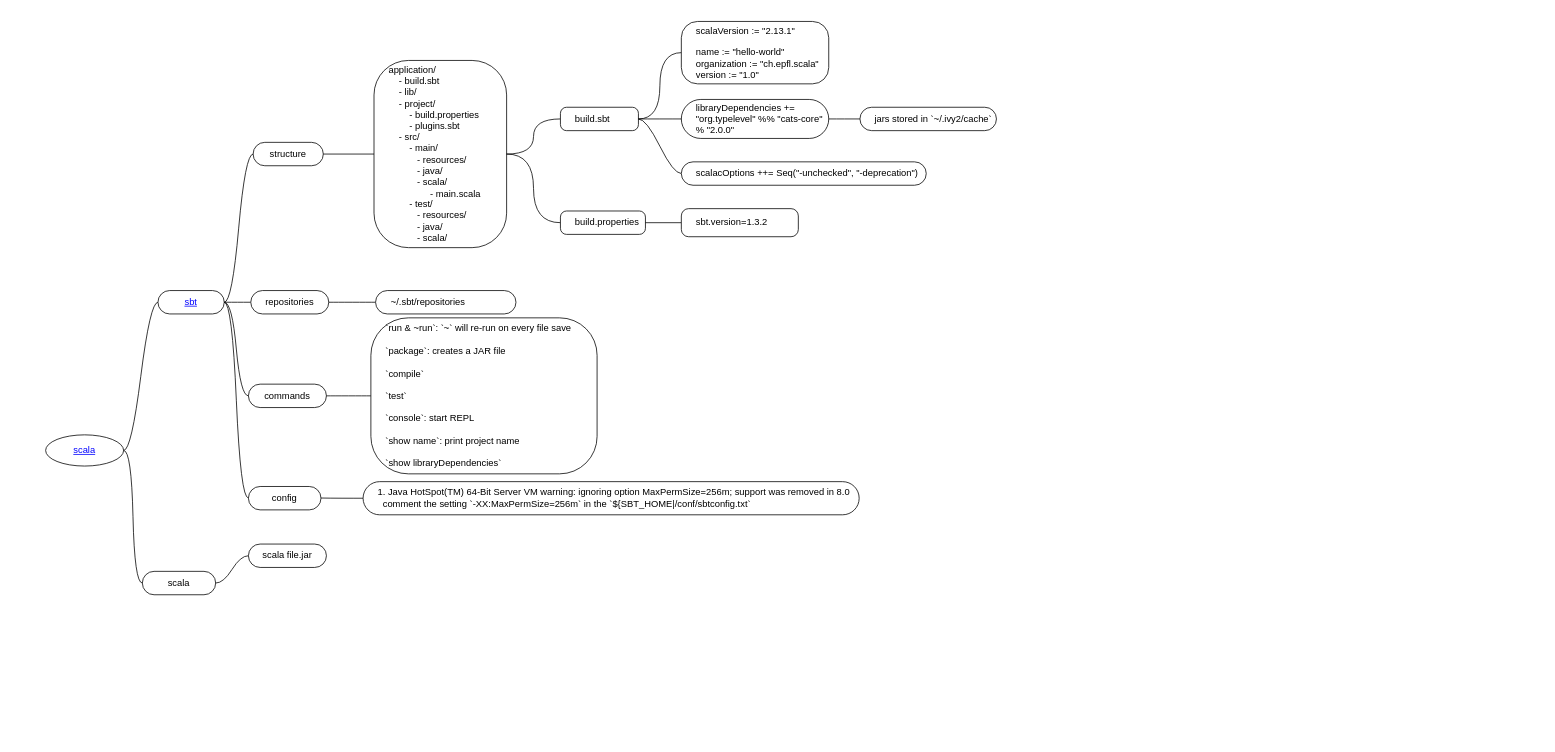
Earlier version of the draw.io diagram page "scala" (1 of 3) of scala/scala.drawio (yangdj/tf_docs). Source tidied: cells renumbered, new cells numbered last; positions are measured from the earlier drawing's top-left corner, leaving out a move shared by most shapes. Both pictures are drawn from the tidied source at 78%, with x=0, y=0 at pixel (13, 13).
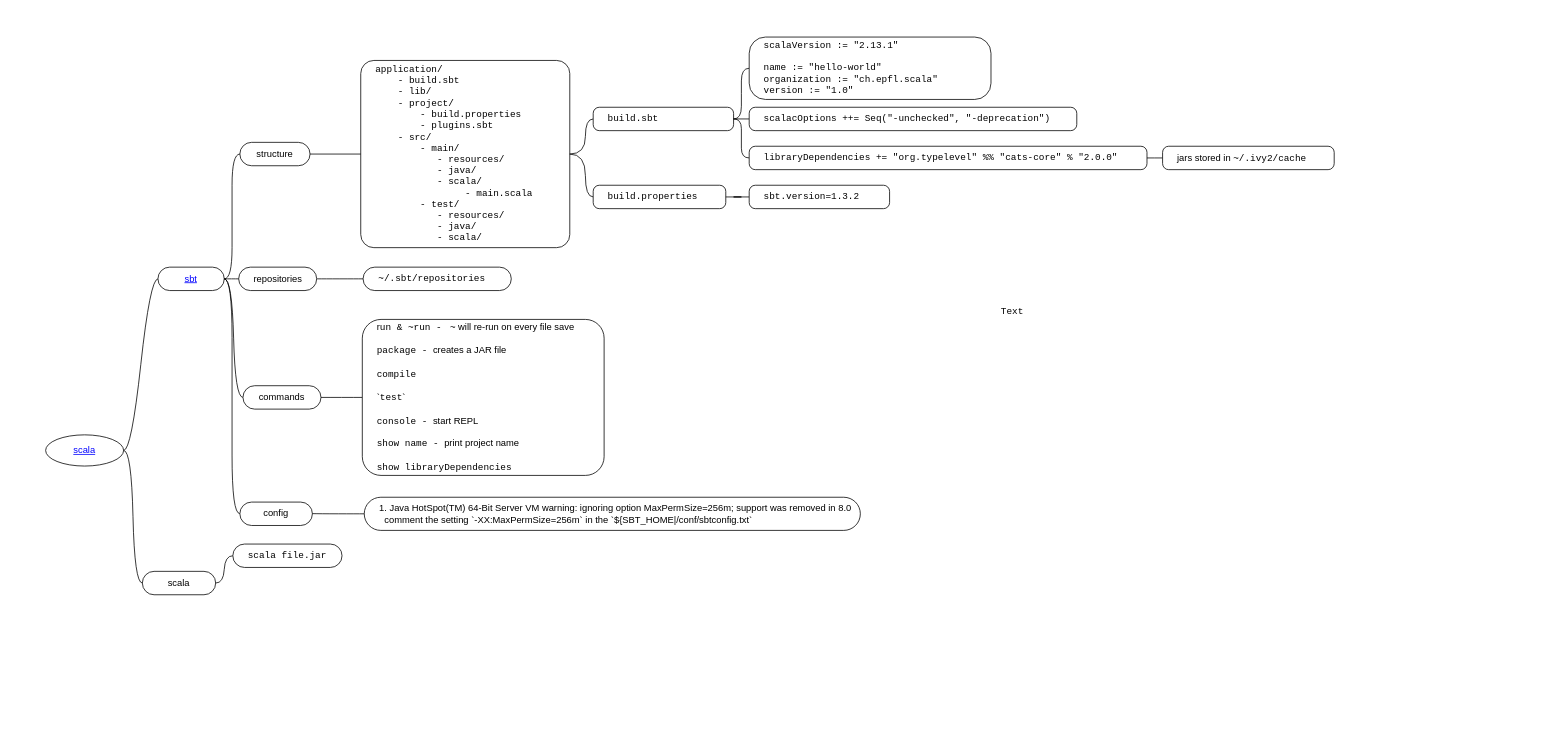
The same page after the edit.

The edit, as a diff of the source:
```diff
@@
     <mxCell id="2" style="swimlane;html=1;startSize=20;horizontal=1;containerType=tree;fillColor=none;strokeColor=none;spacingLeft=15;fixDash=0;backgroundOutline=0;rounded=1;align=left;verticalAlign=middle;" parent="1" vertex="1">
-      <mxGeometry width="1295" height="930" as="geometry" />
+      <mxGeometry width="1960" height="930" as="geometry" />
     </mxCell>
@@
     <mxCell id="5" value="sbt" style="whiteSpace=wrap;html=1;rounded=1;arcSize=50;align=center;verticalAlign=middle;strokeWidth=1;spacing=4;snapToPoint=1;fixDash=0;backgroundOutline=0;fontStyle=4;fontColor=#0000FF;" parent="2" vertex="1">
-      <mxGeometry x="185" y="355" width="85" height="30" as="geometry" />
+      <mxGeometry x="185" y="325" width="85" height="30" as="geometry" />
     </mxCell>
@@
     <mxCell id="7" value="repositories" style="whiteSpace=wrap;html=1;rounded=1;arcSize=50;align=center;verticalAlign=middle;strokeWidth=1;spacing=4;snapToPoint=1;fixDash=0;backgroundOutline=0;" parent="2" vertex="1">
-      <mxGeometry x="304" y="355" width="100" height="30" as="geometry" />
+      <mxGeometry x="288.5" y="325" width="100" height="30" as="geometry" />
     </mxCell>
@@
-    <mxCell id="9" value="~/.sbt/repositories" style="whiteSpace=wrap;html=1;rounded=1;arcSize=50;align=left;verticalAlign=middle;strokeWidth=1;spacing=4;spacingLeft=16;snapToPoint=1;fixDash=0;backgroundOutline=0;" parent="2" vertex="1">
-      <mxGeometry x="464" y="355" width="180" height="30" as="geometry" />
+    <mxCell id="9" value="~/.sbt/repositories" style="whiteSpace=wrap;html=1;rounded=1;arcSize=50;align=left;verticalAlign=middle;strokeWidth=1;spacing=4;spacingLeft=16;snapToPoint=1;fixDash=0;backgroundOutline=0;fontFamily=Courier New;fontStyle=0;" parent="2" vertex="1">
+      <mxGeometry x="448" y="325" width="190" height="30" as="geometry" />
     </mxCell>
@@
-    <mxCell id="13" value="scala file.jar" style="whiteSpace=wrap;html=1;rounded=1;arcSize=50;align=center;verticalAlign=middle;strokeWidth=1;spacing=4;snapToPoint=1;fixDash=0;backgroundOutline=0;" parent="2" vertex="1">
-      <mxGeometry x="301" y="680" width="100" height="30" as="geometry" />
+    <mxCell id="13" value="scala file.jar" style="whiteSpace=wrap;html=1;rounded=1;arcSize=50;align=center;verticalAlign=middle;strokeWidth=1;spacing=4;snapToPoint=1;fixDash=0;backgroundOutline=0;fontFamily=Courier New;" parent="2" vertex="1">
+      <mxGeometry x="281" y="680" width="140" height="30" as="geometry" />
     </mxCell>
     <mxCell id="14" value="structure" style="whiteSpace=wrap;html=1;rounded=1;arcSize=50;align=center;verticalAlign=middle;strokeWidth=1;spacing=4;snapToPoint=1;fixDash=0;backgroundOutline=0;" parent="2" vertex="1">
-      <mxGeometry x="307" y="165" width="90" height="30" as="geometry" />
+      <mxGeometry x="290" y="165" width="90" height="30" as="geometry" />
     </mxCell>
@@
-    <mxCell id="16" value="application/&lt;br&gt;&amp;nbsp; &amp;nbsp; - build.sbt&lt;br&gt;&amp;nbsp; &amp;nbsp; - lib/&lt;br&gt;&amp;nbsp; &amp;nbsp; - project/&lt;br&gt;&amp;nbsp; &amp;nbsp; &amp;nbsp; &amp;nbsp; - build.properties&lt;br&gt;&amp;nbsp; &amp;nbsp; &amp;nbsp; &amp;nbsp; - plugins.sbt&lt;br&gt;&amp;nbsp; &amp;nbsp; - src/&lt;br&gt;&amp;nbsp; &amp;nbsp; &amp;nbsp; &amp;nbsp; - main/&lt;br&gt;&amp;nbsp; &amp;nbsp; &amp;nbsp; &amp;nbsp; &amp;nbsp; &amp;nbsp;- resources/&lt;br&gt;&amp;nbsp; &amp;nbsp; &amp;nbsp; &amp;nbsp; &amp;nbsp; &amp;nbsp;- java/&lt;br&gt;&amp;nbsp; &amp;nbsp; &amp;nbsp; &amp;nbsp; &amp;nbsp; &amp;nbsp;- scala/&lt;br&gt;&amp;nbsp; &amp;nbsp; &amp;nbsp; &amp;nbsp; &amp;nbsp; &amp;nbsp; &amp;nbsp; &amp;nbsp; - main.scala&lt;br&gt;&amp;nbsp; &amp;nbsp; &amp;nbsp; &amp;nbsp; - test/&lt;br&gt;&amp;nbsp; &amp;nbsp; &amp;nbsp; &amp;nbsp; &amp;nbsp; &amp;nbsp;- resources/&lt;br&gt;&amp;nbsp; &amp;nbsp; &amp;nbsp; &amp;nbsp; &amp;nbsp; &amp;nbsp;- java/&lt;br&gt;&amp;nbsp; &amp;nbsp; &amp;nbsp; &amp;nbsp; &amp;nbsp; &amp;nbsp;- scala/" style="whiteSpace=wrap;html=1;rounded=1;arcSize=26;align=left;verticalAlign=middle;strokeWidth=1;spacing=4;snapToPoint=1;fixDash=0;backgroundOutline=0;spacingLeft=15;glass=0;comic=0;shadow=0;" parent="2" vertex="1">
-      <mxGeometry x="462" y="60" width="170" height="240" as="geometry" />
+    <mxCell id="16" value="application/&lt;br&gt;&amp;nbsp; &amp;nbsp; - build.sbt&lt;br&gt;&amp;nbsp; &amp;nbsp; - lib/&lt;br&gt;&amp;nbsp; &amp;nbsp; - project/&lt;br&gt;&amp;nbsp; &amp;nbsp; &amp;nbsp; &amp;nbsp; - build.properties&lt;br&gt;&amp;nbsp; &amp;nbsp; &amp;nbsp; &amp;nbsp; - plugins.sbt&lt;br&gt;&amp;nbsp; &amp;nbsp; - src/&lt;br&gt;&amp;nbsp; &amp;nbsp; &amp;nbsp; &amp;nbsp; - main/&lt;br&gt;&amp;nbsp; &amp;nbsp; &amp;nbsp; &amp;nbsp; &amp;nbsp; &amp;nbsp;- resources/&lt;br&gt;&amp;nbsp; &amp;nbsp; &amp;nbsp; &amp;nbsp; &amp;nbsp; &amp;nbsp;- java/&lt;br&gt;&amp;nbsp; &amp;nbsp; &amp;nbsp; &amp;nbsp; &amp;nbsp; &amp;nbsp;- scala/&lt;br&gt;&amp;nbsp; &amp;nbsp; &amp;nbsp; &amp;nbsp; &amp;nbsp; &amp;nbsp; &amp;nbsp; &amp;nbsp; - main.scala&lt;br&gt;&amp;nbsp; &amp;nbsp; &amp;nbsp; &amp;nbsp; - test/&lt;br&gt;&amp;nbsp; &amp;nbsp; &amp;nbsp; &amp;nbsp; &amp;nbsp; &amp;nbsp;- resources/&lt;br&gt;&amp;nbsp; &amp;nbsp; &amp;nbsp; &amp;nbsp; &amp;nbsp; &amp;nbsp;- java/&lt;br&gt;&amp;nbsp; &amp;nbsp; &amp;nbsp; &amp;nbsp; &amp;nbsp; &amp;nbsp;- scala/" style="whiteSpace=wrap;html=1;rounded=1;arcSize=7;align=left;verticalAlign=middle;strokeWidth=1;spacing=4;snapToPoint=1;fixDash=0;backgroundOutline=0;spacingLeft=15;glass=0;comic=0;shadow=0;fontFamily=Courier New;" parent="2" vertex="1">
+      <mxGeometry x="445" y="60" width="268" height="240" as="geometry" />
     </mxCell>
@@
     <mxCell id="19" value="commands" style="whiteSpace=wrap;html=1;rounded=1;arcSize=50;align=center;verticalAlign=middle;strokeWidth=1;spacing=4;snapToPoint=1;fixDash=0;backgroundOutline=0;" parent="2" vertex="1">
-      <mxGeometry x="301" y="475" width="100" height="30" as="geometry" />
+      <mxGeometry x="294" y="477" width="100" height="30" as="geometry" />
     </mxCell>
@@
-    <mxCell id="21" value="`run &amp;amp; ~run`: `~` will re-run on every file save&lt;br&gt;&lt;br&gt;`package`: creates a JAR file&lt;br&gt;&lt;br&gt;`compile`&lt;br&gt;&lt;br&gt;`test`&lt;br&gt;&lt;br&gt;`console`: start REPL&lt;br&gt;&lt;br&gt;`show name`: print project name&lt;br&gt;&lt;br&gt;`show libraryDependencies`" style="whiteSpace=wrap;html=1;rounded=1;arcSize=24;align=left;verticalAlign=middle;strokeWidth=1;spacing=4;snapToPoint=1;fixDash=0;backgroundOutline=0;spacingLeft=15;" parent="2" vertex="1">
-      <mxGeometry x="458" y="390" width="290" height="200" as="geometry" />
+    <mxCell id="21" value="r&lt;font face=&quot;Courier New&quot;&gt;un &amp;amp; ~run -&amp;nbsp;&lt;/font&gt;&amp;nbsp;&lt;font face=&quot;Courier New&quot;&gt;~&lt;/font&gt; will re-run on every file save&lt;br&gt;&lt;br&gt;&lt;font face=&quot;Courier New&quot;&gt;package -&amp;nbsp;&lt;/font&gt;creates a JAR file&lt;br&gt;&lt;br&gt;&lt;font face=&quot;Courier New&quot;&gt;compile&lt;/font&gt;&lt;br&gt;&lt;br&gt;`&lt;font face=&quot;Courier New&quot;&gt;test&lt;/font&gt;`&lt;br&gt;&lt;br&gt;&lt;font face=&quot;Courier New&quot;&gt;console -&amp;nbsp;&lt;/font&gt;start REPL&lt;br&gt;&lt;br&gt;&lt;font face=&quot;Courier New&quot;&gt;show name -&amp;nbsp;&lt;/font&gt;print project name&lt;br&gt;&lt;br&gt;&lt;font face=&quot;Courier New&quot;&gt;show libraryDependencies&lt;/font&gt;" style="whiteSpace=wrap;html=1;rounded=1;arcSize=12;align=left;verticalAlign=middle;strokeWidth=1;spacing=4;snapToPoint=1;fixDash=0;backgroundOutline=0;spacingLeft=15;" parent="2" vertex="1">
+      <mxGeometry x="447" y="392" width="310" height="200" as="geometry" />
     </mxCell>
@@
     <mxCell id="23" value="config" style="whiteSpace=wrap;html=1;rounded=1;arcSize=50;align=center;verticalAlign=middle;strokeWidth=1;spacing=4;snapToPoint=1;fixDash=0;backgroundOutline=0;" parent="2" vertex="1">
-      <mxGeometry x="301" y="606.2" width="93" height="30" as="geometry" />
+      <mxGeometry x="290" y="626.2" width="93" height="30" as="geometry" />
     </mxCell>
@@
     <mxCell id="25" value="1. Java HotSpot(TM) 64-Bit Server VM warning: ignoring option MaxPermSize=256m; support was removed in 8.0&lt;br&gt;&amp;nbsp; comment the setting `-XX:MaxPermSize=256m` in the `${SBT_HOME|/conf/sbtconfig.txt`" style="whiteSpace=wrap;html=1;rounded=1;arcSize=50;align=left;verticalAlign=middle;strokeWidth=1;spacing=4;snapToPoint=1;fixDash=0;backgroundOutline=0;spacingLeft=15;" parent="2" vertex="1">
-      <mxGeometry x="448" y="600" width="636" height="42.5" as="geometry" />
+      <mxGeometry x="449.5" y="620" width="636" height="42.5" as="geometry" />
     </mxCell>
@@
-    <mxCell id="27" value="build.properties" style="whiteSpace=wrap;html=1;rounded=1;arcSize=26;align=left;verticalAlign=middle;strokeWidth=1;spacing=4;snapToPoint=1;fixDash=0;backgroundOutline=0;spacingLeft=15;glass=0;comic=0;shadow=0;" parent="2" vertex="1">
-      <mxGeometry x="701" y="253" width="109" height="30" as="geometry" />
+    <mxCell id="27" value="build.properties" style="whiteSpace=wrap;html=1;rounded=1;arcSize=26;align=left;verticalAlign=middle;strokeWidth=1;spacing=4;snapToPoint=1;fixDash=0;backgroundOutline=0;spacingLeft=15;glass=0;comic=0;shadow=0;fontFamily=Courier New;" parent="2" vertex="1">
+      <mxGeometry x="743" y="220" width="170" height="30" as="geometry" />
     </mxCell>
@@
-    <mxCell id="29" value="sbt.version=1.3.2" style="whiteSpace=wrap;html=1;rounded=1;arcSize=26;align=left;verticalAlign=middle;strokeWidth=1;spacing=4;snapToPoint=1;fixDash=0;backgroundOutline=0;spacingLeft=15;glass=0;comic=0;shadow=0;" parent="2" vertex="1">
-      <mxGeometry x="856" y="250" width="150" height="36" as="geometry" />
+    <mxCell id="29" value="sbt.version=1.3.2" style="whiteSpace=wrap;html=1;rounded=1;arcSize=26;align=left;verticalAlign=middle;strokeWidth=1;spacing=4;snapToPoint=1;fixDash=0;backgroundOutline=0;spacingLeft=15;glass=0;comic=0;shadow=0;fontFamily=Courier New;" parent="2" vertex="1">
+      <mxGeometry x="943" y="220" width="180" height="30" as="geometry" />
     </mxCell>
@@
-    <mxCell id="31" value="&lt;span style=&quot;text-align: center&quot;&gt;build.sbt&lt;/span&gt;" style="whiteSpace=wrap;html=1;rounded=1;arcSize=26;align=left;verticalAlign=middle;strokeWidth=1;spacing=4;snapToPoint=1;fixDash=0;backgroundOutline=0;spacingLeft=15;glass=0;comic=0;shadow=0;" parent="2" vertex="1">
-      <mxGeometry x="701" y="120" width="100" height="30" as="geometry" />
+    <mxCell id="31" value="&lt;span style=&quot;text-align: center&quot;&gt;build.sbt&lt;/span&gt;" style="whiteSpace=wrap;html=1;rounded=1;arcSize=26;align=left;verticalAlign=middle;strokeWidth=1;spacing=4;snapToPoint=1;fixDash=0;backgroundOutline=0;spacingLeft=15;glass=0;comic=0;shadow=0;fontFamily=Courier New;" parent="2" vertex="1">
+      <mxGeometry x="743" y="120" width="180" height="30" as="geometry" />
     </mxCell>
-    <mxCell id="32" value="libraryDependencies += &quot;org.typelevel&quot; %% &quot;cats-core&quot; % &quot;2.0.0&quot;" style="whiteSpace=wrap;html=1;rounded=1;arcSize=50;align=left;verticalAlign=middle;strokeWidth=1;spacing=4;spacingLeft=15;snapToPoint=1;fixDash=0;backgroundOutline=0;overflow=visible;" parent="2" vertex="1" collapsed="1">
-      <mxGeometry x="856" y="110" width="189" height="50" as="geometry" />
-    </mxCell>
-    <mxCell id="33" style="edgeStyle=entityRelationEdgeStyle;startArrow=none;endArrow=none;segment=10;curved=1;snapToPoint=1;fixDash=0;backgroundOutline=0;exitX=1;exitY=0.5;exitDx=0;exitDy=0;" parent="2" edge="1" source="31" target="32">
-      <mxGeometry relative="1" as="geometry" />
-    </mxCell>
-    <mxCell id="34" style="edgeStyle=orthogonalEdgeStyle;rounded=0;jettySize=auto;html=1;endArrow=none;endFill=0;curved=1;entryX=0;entryY=0.5;entryDx=0;entryDy=0;" parent="2" edge="1" source="31" target="35">
+    <mxCell id="34" style="edgeStyle=entityRelationEdgeStyle;startArrow=none;endArrow=none;segment=10;curved=1;snapToPoint=1;fixDash=0;backgroundOutline=0;exitX=1;exitY=0.5;exitDx=0;exitDy=0;" parent="2" edge="1" source="31" target="35">
       <mxGeometry relative="1" as="geometry" />
     </mxCell>
-    <mxCell id="35" value="scalaVersion := &quot;2.13.1&quot;&lt;br&gt;&lt;br&gt;name := &quot;hello-world&quot;&lt;br&gt;organization := &quot;ch.epfl.scala&quot;&lt;br&gt;version := &quot;1.0&quot;" style="whiteSpace=wrap;html=1;rounded=1;arcSize=26;align=left;verticalAlign=middle;strokeWidth=1;spacing=4;snapToPoint=1;fixDash=0;backgroundOutline=0;spacingLeft=15;glass=0;comic=0;shadow=0;" parent="2" vertex="1">
-      <mxGeometry x="856" y="10" width="189" height="80" as="geometry" />
+    <mxCell id="35" value="scalaVersion := &quot;2.13.1&quot;&lt;br&gt;&lt;br&gt;name := &quot;hello-world&quot;&lt;br&gt;organization := &quot;ch.epfl.scala&quot;&lt;br&gt;version := &quot;1.0&quot;" style="whiteSpace=wrap;html=1;rounded=1;arcSize=26;align=left;verticalAlign=middle;strokeWidth=1;spacing=4;spacingLeft=15;snapToPoint=1;fixDash=0;backgroundOutline=0;overflow=visible;fontFamily=Courier New;" parent="2" vertex="1" collapsed="1">
+      <mxGeometry x="943" y="30" width="310" height="80" as="geometry" />
     </mxCell>
@@
-    <mxCell id="37" value="scalacOptions ++= Seq(&quot;-unchecked&quot;, &quot;-deprecation&quot;)" style="whiteSpace=wrap;html=1;rounded=1;arcSize=50;align=left;verticalAlign=middle;strokeWidth=1;spacing=4;spacingLeft=15;snapToPoint=1;fixDash=0;backgroundOutline=0;overflow=visible;" parent="2" vertex="1" collapsed="1">
-      <mxGeometry x="856" y="190" width="314" height="30" as="geometry" />
+    <mxCell id="37" value="scalacOptions ++= Seq(&quot;-unchecked&quot;, &quot;-deprecation&quot;)" style="whiteSpace=wrap;html=1;rounded=1;arcSize=26;align=left;verticalAlign=middle;strokeWidth=1;spacing=4;spacingLeft=15;snapToPoint=1;fixDash=0;backgroundOutline=0;overflow=visible;fontFamily=Courier New;" parent="2" vertex="1" collapsed="1">
+      <mxGeometry x="943" y="120" width="420" height="30" as="geometry" />
     </mxCell>
-    <mxCell id="38" style="edgeStyle=entityRelationEdgeStyle;startArrow=none;endArrow=none;segment=10;curved=1;snapToPoint=1;fixDash=0;backgroundOutline=0;exitX=1;exitY=0.5;exitDx=0;exitDy=0;" parent="2" edge="1" source="32" target="39">
-      <mxGeometry relative="1" as="geometry" />
-    </mxCell>
-    <mxCell id="39" value="jars stored in `~/.ivy2/cache`" style="whiteSpace=wrap;html=1;rounded=1;arcSize=50;align=left;verticalAlign=middle;strokeWidth=1;spacing=4;spacingLeft=15;snapToPoint=1;fixDash=0;backgroundOutline=0;overflow=visible;" parent="2" vertex="1" collapsed="1">
-      <mxGeometry x="1085" y="120" width="175" height="30" as="geometry" />
-    </mxCell>
+    <mxCell id="33" style="edgeStyle=entityRelationEdgeStyle;startArrow=none;endArrow=none;segment=10;curved=1;snapToPoint=1;fixDash=0;backgroundOutline=0;exitX=1;exitY=0.5;exitDx=0;exitDy=0;" parent="2" edge="1" source="31" target="32">
+      <mxGeometry relative="1" as="geometry" />
+    </mxCell>
+    <mxCell id="32" value="libraryDependencies += &quot;org.typelevel&quot; %% &quot;cats-core&quot; % &quot;2.0.0&quot;" style="whiteSpace=wrap;html=1;rounded=1;arcSize=26;align=left;verticalAlign=middle;strokeWidth=1;spacing=4;spacingLeft=15;snapToPoint=1;fixDash=0;backgroundOutline=0;overflow=visible;fontFamily=Courier New;" parent="2" vertex="1" collapsed="1">
+      <mxGeometry x="943" y="170" width="510" height="30" as="geometry" />
+    </mxCell>
+    <mxCell id="40" style="edgeStyle=entityRelationEdgeStyle;startArrow=none;endArrow=none;segment=10;curved=1;snapToPoint=1;fixDash=0;backgroundOutline=0;exitX=1;exitY=0.5;exitDx=0;exitDy=0;" parent="2" edge="1" source="32" target="41">
+      <mxGeometry relative="1" as="geometry" />
+    </mxCell>
+    <mxCell id="41" value="&lt;span style=&quot;font-family: &amp;#34;helvetica&amp;#34;&quot;&gt;jars stored in&amp;nbsp;&lt;/span&gt;&lt;font face=&quot;Courier New&quot;&gt;~/.ivy2/cache&lt;/font&gt;" style="whiteSpace=wrap;html=1;rounded=1;arcSize=26;align=left;verticalAlign=middle;strokeWidth=1;spacing=4;spacingLeft=15;snapToPoint=1;fixDash=0;backgroundOutline=0;overflow=visible;fontFamily=Courier New;" parent="2" vertex="1" collapsed="1">
+      <mxGeometry x="1473" y="170" width="220" height="30" as="geometry" />
+    </mxCell>
+    <mxCell id="42" value="Text" style="text;html=1;align=center;verticalAlign=middle;fontFamily=Courier New;fontColor=#000000;" parent="2" vertex="1">
+      <mxGeometry x="1260" y="372" width="40" height="20" as="geometry" />
+    </mxCell>
```
